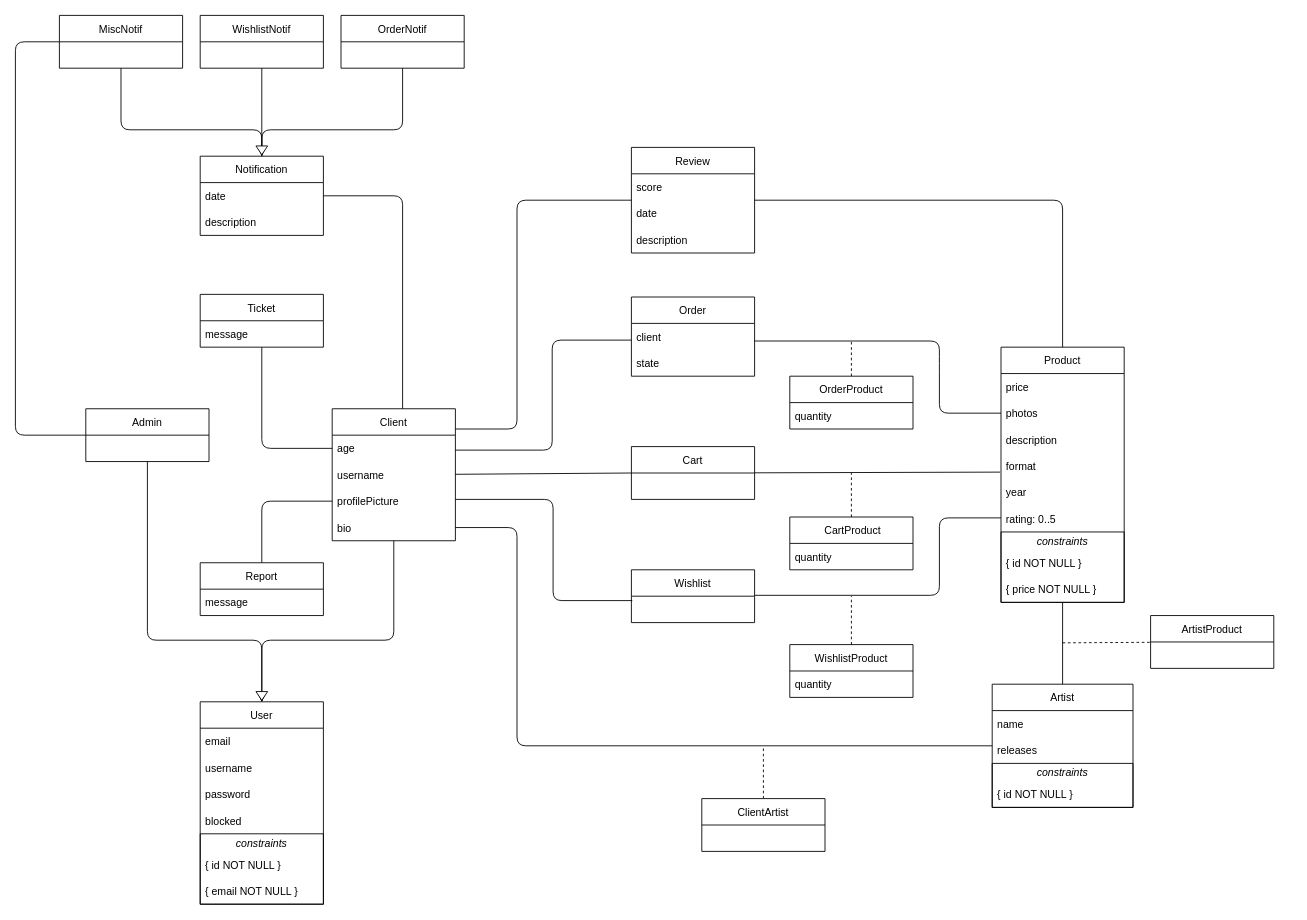
Earlier version of the draw.io diagram docs/lbaw-uml.drawio (toni-santos/lbaw-earworm). Source tidied: cells renumbered, new cells numbered last; positions are measured from the earlier drawing's top-left corner, leaving out a move shared by most shapes. Both pictures are drawn from the tidied source at 88%, with x=0, y=0 at pixel (15, 15).
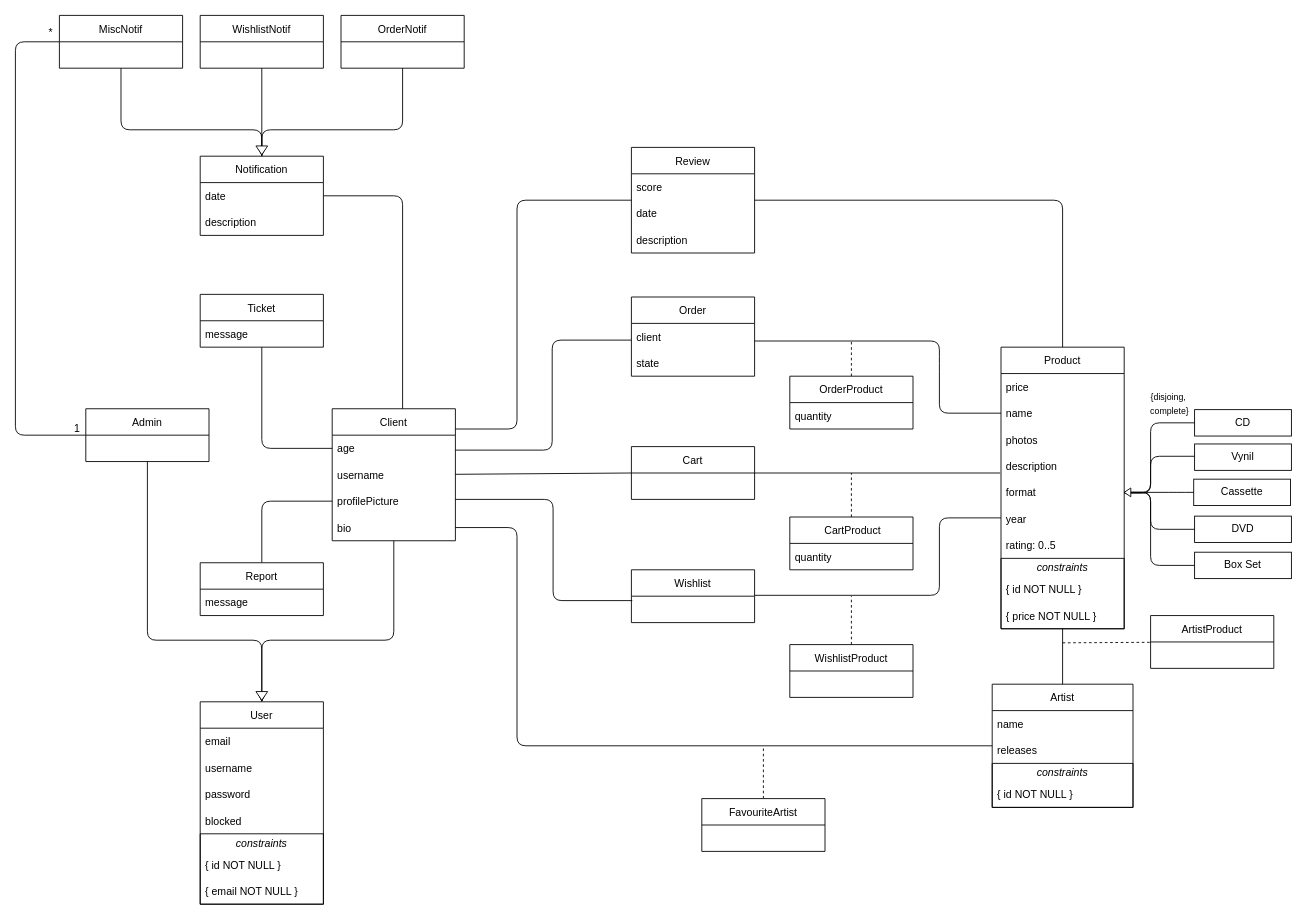
After the change.

The change refers to these unchanged cells:
```xml
<mxCell id="21" value="Cart" style="swimlane;fontStyle=0;horizontal=1;startSize=30;" parent="1" vertex="1">
  <mxGeometry x="700" y="490" width="140" height="60" as="geometry" />
</mxCell>
<mxCell id="54" value="client" style="text;strokeColor=none;fillColor=none;align=left;verticalAlign=middle;spacingLeft=4;spacingRight=4;overflow=hidden;points=[[0,0.5],[1,0.5]];portConstraint=eastwest;" parent="53" vertex="1">
  <mxGeometry y="30" width="140" height="30" as="geometry" />
</mxCell>
<mxCell id="65" value="WishlistProduct" style="swimlane;fontStyle=0;horizontal=1;startSize=30;" parent="1" vertex="1">
  <mxGeometry x="880" y="715" width="140" height="60" as="geometry" />
</mxCell>
```

The edit, as a diff of the source:
```diff
@@
-    <mxCell id="20" style="edgeStyle=none;html=1;endArrow=none;endFill=0;strokeColor=default;entryX=-0.007;entryY=0.733;entryDx=0;entryDy=0;entryPerimeter=0;" parent="1" edge="1" source="21" target="37">
+    <mxCell id="20" style="edgeStyle=none;html=1;endArrow=none;endFill=0;strokeColor=default;entryX=-0.007;entryY=0.767;entryDx=0;entryDy=0;entryPerimeter=0;" parent="1" edge="1" source="21" target="36">
       <mxGeometry relative="1" as="geometry" />
     </mxCell>
@@
     <mxCell id="33" value="Product" style="swimlane;fontStyle=0;horizontal=1;startSize=30;" parent="1" vertex="1">
-      <mxGeometry x="1120" y="377" width="140" height="290" as="geometry" />
+      <mxGeometry x="1120" y="377" width="140" height="320" as="geometry" />
     </mxCell>
@@
+    <mxCell id="88" value="name" style="text;strokeColor=none;fillColor=none;align=left;verticalAlign=middle;spacingLeft=4;spacingRight=4;overflow=hidden;points=[[0,0.5],[1,0.5]];portConstraint=eastwest;" parent="33" vertex="1">
+      <mxGeometry y="60" width="140" height="30" as="geometry" />
+    </mxCell>
     <mxCell id="35" value="photos" style="text;strokeColor=none;fillColor=none;align=left;verticalAlign=middle;spacingLeft=4;spacingRight=4;overflow=hidden;points=[[0,0.5],[1,0.5]];portConstraint=eastwest;" parent="33" vertex="1">
-      <mxGeometry y="60" width="140" height="30" as="geometry" />
+      <mxGeometry y="90" width="140" height="30" as="geometry" />
     </mxCell>
     <mxCell id="36" value="description" style="text;strokeColor=none;fillColor=none;align=left;verticalAlign=middle;spacingLeft=4;spacingRight=4;overflow=hidden;points=[[0,0.5],[1,0.5]];portConstraint=eastwest;" parent="33" vertex="1">
-      <mxGeometry y="90" width="140" height="30" as="geometry" />
+      <mxGeometry y="120" width="140" height="30" as="geometry" />
     </mxCell>
     <mxCell id="37" value="format" style="text;strokeColor=none;fillColor=none;align=left;verticalAlign=middle;spacingLeft=4;spacingRight=4;overflow=hidden;points=[[0,0.5],[1,0.5]];portConstraint=eastwest;" parent="33" vertex="1">
-      <mxGeometry y="120" width="140" height="30" as="geometry" />
+      <mxGeometry y="150" width="140" height="30" as="geometry" />
     </mxCell>
     <mxCell id="38" value="year" style="text;strokeColor=none;fillColor=none;align=left;verticalAlign=middle;spacingLeft=4;spacingRight=4;overflow=hidden;" parent="33" vertex="1">
-      <mxGeometry y="150" width="140" height="30" as="geometry" />
+      <mxGeometry y="180" width="140" height="30" as="geometry" />
     </mxCell>
     <mxCell id="39" value="rating: 0..5" style="text;strokeColor=none;fillColor=none;align=left;verticalAlign=middle;spacingLeft=4;spacingRight=4;overflow=hidden;" parent="33" vertex="1">
-      <mxGeometry y="180" width="140" height="30" as="geometry" />
+      <mxGeometry y="210" width="140" height="30" as="geometry" />
     </mxCell>
     <mxCell id="40" style="swimlane;fontStyle=0;horizontal=1;startSize=0;" parent="33" vertex="1">
-      <mxGeometry y="210" width="140" height="80" as="geometry" />
+      <mxGeometry y="240" width="140" height="80" as="geometry" />
     </mxCell>
@@
-    <mxCell id="66" value="quantity" style="text;strokeColor=none;fillColor=none;align=left;verticalAlign=middle;spacingLeft=4;spacingRight=4;overflow=hidden;" parent="65" vertex="1">
-      <mxGeometry y="30" width="140" height="30" as="geometry" />
-    </mxCell>
@@
-    <mxCell id="78" style="edgeStyle=none;html=1;endArrow=none;endFill=0;strokeColor=default;entryX=0;entryY=0.5;entryDx=0;entryDy=0;exitX=1;exitY=0.667;exitDx=0;exitDy=0;exitPerimeter=0;" parent="1" edge="1" source="54" target="35">
+    <mxCell id="78" style="edgeStyle=none;html=1;endArrow=none;endFill=0;strokeColor=default;entryX=0;entryY=0.5;entryDx=0;entryDy=0;exitX=1;exitY=0.667;exitDx=0;exitDy=0;exitPerimeter=0;" parent="1" edge="1" source="54" target="88">
       <mxGeometry relative="1" as="geometry">
         <Array as="points">
           <mxPoint x="1050" y="370" />
           <mxPoint x="1050" y="395" />
           <mxPoint x="1050" y="452" />
         </Array>
       </mxGeometry>
     </mxCell>
@@
-    <mxCell id="83" value="ClientArtist" style="swimlane;fontStyle=0;horizontal=1;startSize=30;" parent="1" vertex="1">
+    <mxCell id="83" value="FavouriteArtist" style="swimlane;fontStyle=0;horizontal=1;startSize=30;" parent="1" vertex="1">
       <mxGeometry x="780" y="890" width="140" height="60" as="geometry" />
     </mxCell>
@@
+    <mxCell id="89" value="*" style="text;html=1;align=center;verticalAlign=middle;strokeColor=none;fillColor=none;" parent="1" vertex="1">
+      <mxGeometry x="30" y="10" width="20" height="20" as="geometry" />
+    </mxCell>
+    <mxCell id="90" value="1" style="text;html=1;align=center;verticalAlign=middle;strokeColor=none;fillColor=none;" parent="1" vertex="1">
+      <mxGeometry x="60" y="460" width="20" height="20" as="geometry" />
+    </mxCell>
+    <mxCell id="91" value="CD" style="whiteSpace=wrap;html=1;" parent="1" vertex="1">
+      <mxGeometry x="1340" y="448" width="110" height="30" as="geometry" />
+    </mxCell>
+    <mxCell id="92" value="Vynil" style="whiteSpace=wrap;html=1;" parent="1" vertex="1">
+      <mxGeometry x="1340" y="487" width="110" height="30" as="geometry" />
+    </mxCell>
+    <mxCell id="93" value="Cassette" style="whiteSpace=wrap;html=1;" parent="1" vertex="1">
+      <mxGeometry x="1339" y="527" width="110" height="30" as="geometry" />
+    </mxCell>
+    <mxCell id="94" value="DVD" style="whiteSpace=wrap;html=1;" parent="1" vertex="1">
+      <mxGeometry x="1340" y="569" width="110" height="30" as="geometry" />
+    </mxCell>
+    <mxCell id="95" value="Box Set" style="whiteSpace=wrap;html=1;" parent="1" vertex="1">
+      <mxGeometry x="1340" y="610" width="110" height="30" as="geometry" />
+    </mxCell>
+    <mxCell id="96" style="endArrow=none;html=1;exitX=1;exitY=0.5;exitDx=0;exitDy=0;edgeStyle=orthogonalEdgeStyle;" parent="1" edge="1" source="37" target="95">
+      <mxGeometry relative="1" as="geometry">
+        <Array as="points">
+          <mxPoint x="1290" y="542" />
+          <mxPoint x="1290" y="625" />
+        </Array>
+      </mxGeometry>
+    </mxCell>
+    <mxCell id="97" style="endArrow=none;html=1;edgeStyle=orthogonalEdgeStyle;" parent="1" edge="1" source="37" target="94">
+      <mxGeometry relative="1" as="geometry">
+        <Array as="points">
+          <mxPoint x="1290" y="542" />
+          <mxPoint x="1290" y="584" />
+        </Array>
+      </mxGeometry>
+    </mxCell>
+    <mxCell id="98" style="endArrow=none;html=1;edgeStyle=orthogonalEdgeStyle;" parent="1" edge="1" source="37" target="93">
+      <mxGeometry relative="1" as="geometry">
+        <Array as="points">
+          <mxPoint x="1320" y="542" />
+          <mxPoint x="1320" y="542" />
+        </Array>
+      </mxGeometry>
+    </mxCell>
+    <mxCell id="99" style="endArrow=none;html=1;edgeStyle=orthogonalEdgeStyle;exitX=1;exitY=0.5;exitDx=0;exitDy=0;" parent="1" edge="1">
+      <mxGeometry relative="1" as="geometry">
+        <mxPoint x="1260" y="543" as="sourcePoint" />
+        <mxPoint x="1340" y="501" as="targetPoint" />
+        <Array as="points">
+          <mxPoint x="1290" y="543" />
+          <mxPoint x="1290" y="501" />
+        </Array>
+      </mxGeometry>
+    </mxCell>
+    <mxCell id="100" style="endArrow=none;html=1;edgeStyle=orthogonalEdgeStyle;exitX=1;exitY=0.5;exitDx=0;exitDy=0;startArrow=none;" parent="1" edge="1" source="102" target="91">
+      <mxGeometry relative="1" as="geometry">
+        <Array as="points">
+          <mxPoint x="1290" y="542" />
+          <mxPoint x="1290" y="463" />
+        </Array>
+      </mxGeometry>
+    </mxCell>
+    <mxCell id="101" value="&lt;font style=&quot;font-size: 10px&quot;&gt;{disjoing,&lt;br&gt;&amp;nbsp;complete}&lt;/font&gt;" style="text;html=1;align=center;verticalAlign=middle;strokeColor=none;fillColor=none;" parent="1" vertex="1">
+      <mxGeometry x="1280" y="421" width="60" height="40" as="geometry" />
+    </mxCell>
+    <mxCell id="102" style="triangle;whiteSpace=wrap;html=1;fontSize=10;rotation=-180;" parent="1" vertex="1">
+      <mxGeometry x="1260" y="537" width="7.5" height="10" as="geometry" />
+    </mxCell>
```
